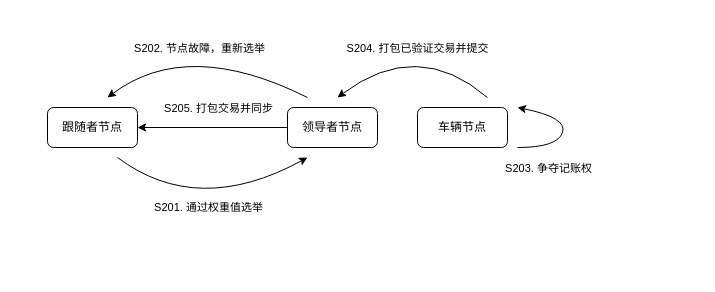
This is 专利图4.drawio from burnandgun/diagrams, a draw.io file, before an edit. Source tidied: cells renumbered, new cells numbered last; positions are measured from the earlier drawing's top-left corner, leaving out a move shared by most shapes. Both pictures are drawn from the tidied source at 100%, with x=0, y=0 at pixel (47, 37).
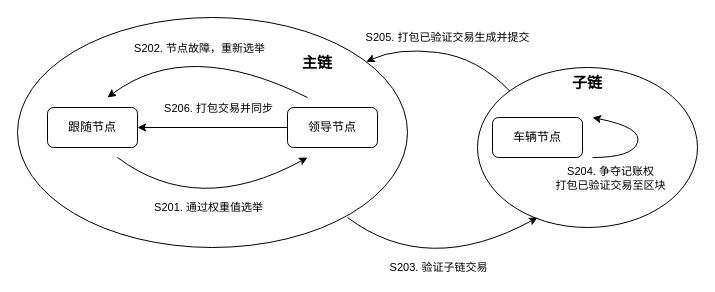
The same page after the edit.

Commit message (it also covers changes not shown here):
更新专利图4.drawio

Unchanged cells that the change refers to:
```xml
<mxCell id="3" style="edgeStyle=orthogonalEdgeStyle;rounded=0;jettySize=auto;html=1;" parent="1" edge="1" source="5" target="2">
  <mxGeometry relative="1" as="geometry" />
</mxCell>
```

Diff of the diagram source:
```diff
@@
+    <mxCell id="15" style="ellipse;whiteSpace=wrap;html=1;fillColor=none;" parent="1" vertex="1">
+      <mxGeometry x="-30" y="-20" width="390" height="230" as="geometry" />
+    </mxCell>
+    <mxCell id="16" style="ellipse;whiteSpace=wrap;html=1;fillColor=none;" parent="1" vertex="1">
+      <mxGeometry x="430" y="30" width="220" height="160" as="geometry" />
+    </mxCell>
-    <mxCell id="2" value="跟随者节点" style="rounded=1;whiteSpace=wrap;html=1;fillColor=default;" parent="1" vertex="1">
+    <mxCell id="2" value="跟随节点" style="rounded=1;whiteSpace=wrap;html=1;fillColor=default;" parent="1" vertex="1">
       <mxGeometry y="70" width="90" height="40" as="geometry" />
     </mxCell>
@@
-    <mxCell id="4" value="S205. 打包交易并同步" style="edgeLabel;html=1;align=center;verticalAlign=middle;" parent="3" vertex="1">
+    <mxCell id="4" value="S206. 打包交易并同步" style="edgeLabel;html=1;align=center;verticalAlign=middle;" parent="3" vertex="1">
       <mxGeometry x="-0.2" relative="1" as="geometry">
         <mxPoint x="-10" y="-20" as="offset" />
       </mxGeometry>
     </mxCell>
-    <mxCell id="5" value="领导者节点" style="rounded=1;whiteSpace=wrap;html=1;fillColor=default;" parent="1" vertex="1">
+    <mxCell id="5" value="领导节点" style="rounded=1;whiteSpace=wrap;html=1;fillColor=default;" parent="1" vertex="1">
       <mxGeometry x="240" y="70" width="90" height="40" as="geometry" />
     </mxCell>
@@
     <mxCell id="10" value="车辆节点" style="rounded=1;whiteSpace=wrap;html=1;fillColor=default;" parent="1" vertex="1">
-      <mxGeometry x="370" y="70" width="90" height="40" as="geometry" />
+      <mxGeometry x="445" y="80" width="90" height="40" as="geometry" />
     </mxCell>
-    <mxCell id="11" style="curved=1;endArrow=classic;html=1;rounded=0;" parent="1" edge="1">
+    <mxCell id="11" style="curved=1;endArrow=classic;html=1;rounded=0;exitX=0;exitY=0;exitDx=0;exitDy=0;" parent="1" edge="1" source="16" target="15">
       <mxGeometry relative="1" as="geometry">
-        <mxPoint x="440" y="60" as="sourcePoint" />
-        <mxPoint x="290" y="60" as="targetPoint" />
         <Array as="points">
-          <mxPoint x="370" />
+          <mxPoint x="430" y="20" />
+          <mxPoint x="350" y="10" />
         </Array>
       </mxGeometry>
     </mxCell>
-    <mxCell id="12" value="S204. 打包已验证交易并提交" style="edgeLabel;html=1;align=center;verticalAlign=middle;" parent="11" vertex="1">
+    <mxCell id="12" value="S205. 打包已验证交易生成并提交" style="edgeLabel;html=1;align=center;verticalAlign=middle;" parent="11" vertex="1">
       <mxGeometry x="0.29" y="19" relative="1" as="geometry">
-        <mxPoint x="14" y="-24" as="offset" />
+        <mxPoint x="29" y="-32" as="offset" />
       </mxGeometry>
     </mxCell>
     <mxCell id="13" style="curved=1;endArrow=classic;html=1;rounded=0;" parent="1" edge="1">
       <mxGeometry relative="1" as="geometry">
-        <mxPoint x="470" y="110" as="sourcePoint" />
-        <mxPoint x="470" y="70" as="targetPoint" />
+        <mxPoint x="545" y="120" as="sourcePoint" />
+        <mxPoint x="545" y="80" as="targetPoint" />
         <Array as="points">
-          <mxPoint x="510" y="110" />
-          <mxPoint x="520" y="80" />
+          <mxPoint x="585" y="120" />
+          <mxPoint x="595" y="90" />
         </Array>
       </mxGeometry>
     </mxCell>
-    <mxCell id="14" value="S203. 争夺记账权" style="edgeLabel;html=1;align=center;verticalAlign=middle;" parent="13" vertex="1">
+    <mxCell id="14" value="S204. 争夺记账权&lt;br&gt;打包已验证交易至区块" style="edgeLabel;html=1;align=center;verticalAlign=middle;" parent="13" vertex="1">
       <mxGeometry x="0.29" y="19" relative="1" as="geometry">
-        <mxPoint x="-9" y="33" as="offset" />
+        <mxPoint x="-22" y="33" as="offset" />
       </mxGeometry>
     </mxCell>
+    <mxCell id="17" style="curved=1;endArrow=classic;html=1;rounded=0;" parent="1" edge="1">
+      <mxGeometry relative="1" as="geometry">
+        <mxPoint x="300" y="180" as="sourcePoint" />
+        <mxPoint x="490" y="180" as="targetPoint" />
+        <Array as="points">
+          <mxPoint x="380" y="240" />
+        </Array>
+      </mxGeometry>
+    </mxCell>
+    <mxCell id="18" value="S203. 验证子链交易" style="edgeLabel;html=1;align=center;verticalAlign=middle;" parent="17" vertex="1">
+      <mxGeometry x="0.29" y="19" relative="1" as="geometry">
+        <mxPoint x="-20" y="28" as="offset" />
+      </mxGeometry>
+    </mxCell>
+    <mxCell id="19" value="&lt;b&gt;&lt;font style=&quot;font-size: 15px;&quot;&gt;主链&lt;/font&gt;&lt;/b&gt;" style="text;html=1;strokeColor=none;fillColor=none;align=center;verticalAlign=middle;whiteSpace=wrap;rounded=0;" parent="1" vertex="1">
+      <mxGeometry x="240" y="10" width="60" height="30" as="geometry" />
+    </mxCell>
+    <mxCell id="20" value="&lt;b&gt;&lt;font style=&quot;font-size: 15px;&quot;&gt;子链&lt;/font&gt;&lt;/b&gt;" style="text;html=1;strokeColor=none;fillColor=none;align=center;verticalAlign=middle;whiteSpace=wrap;rounded=0;" parent="1" vertex="1">
+      <mxGeometry x="510" y="30" width="60" height="30" as="geometry" />
+    </mxCell>
```
